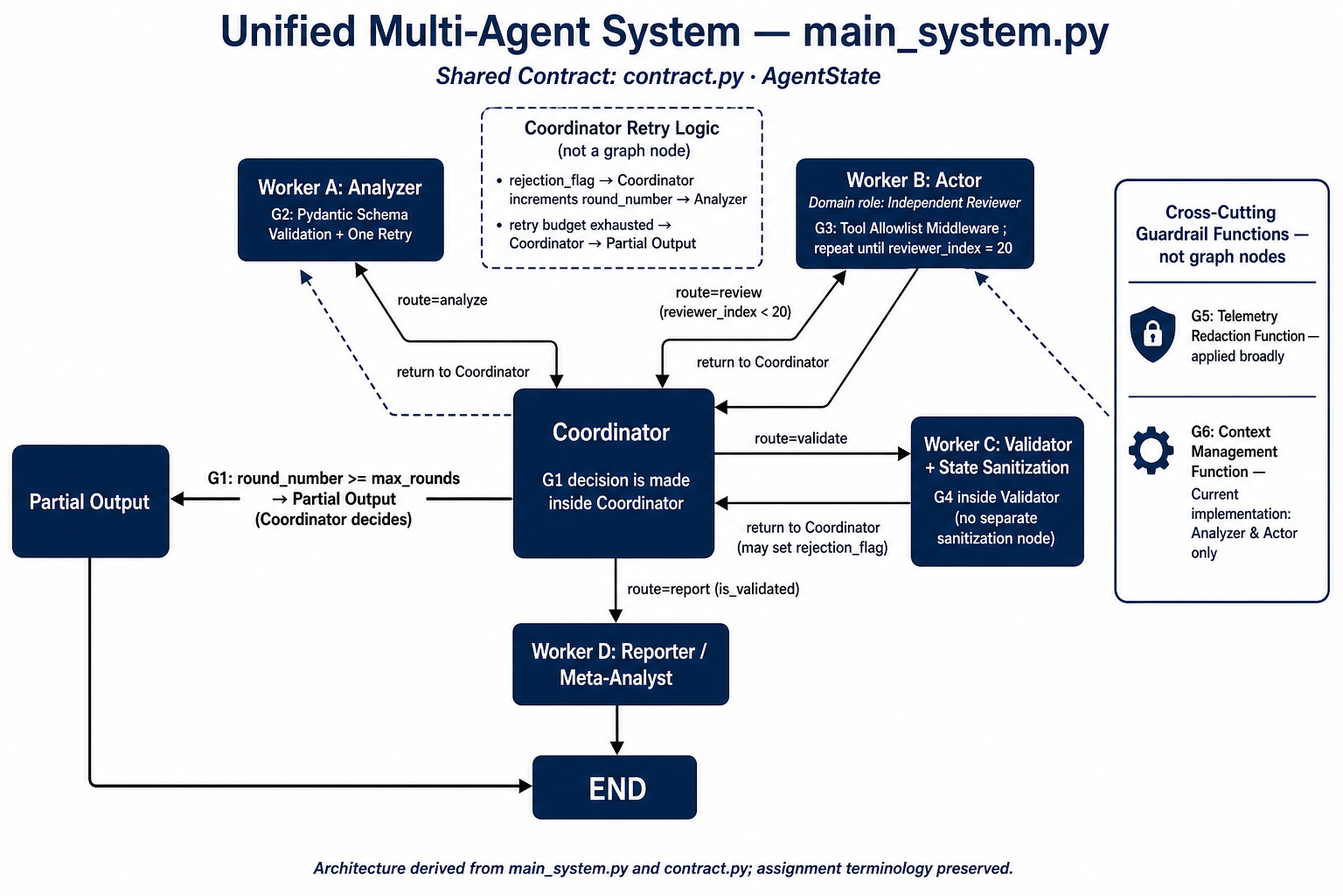
This is architecture_diagram.png from Audrey2023uh/group-7-orchestrator-academic-research-assistant, a Mermaid export, as it was before one commit. Its source is kept beside it as docs/architecture_diagram.mmd. Its diagram source:
```mermaid
flowchart TB
  subgraph UNIFIED["Unified Multi-Agent System - main_system.py"]
    direction TB

    subgraph GLOBAL["Global Cross-Cutting Guardrails"]
      direction LR
      PRIV["G5 Privacy Redaction - redact_for_telemetry"]
      CTX["G6 Context Token Management - manage_context"]
    end

    C["Central Coordinator - dynamic state routing"]

    C -->|"route=analyze missing analysis_payload"| A
    C -->|"route=review reviewer_index under 20"| B
    C -->|"route=validate reviews complete"| V
    C -->|"route=report is_validated"| R
    C -->|"G1 loop stop round_number at max_rounds"| P

    A["Worker A: Analyzer - G2 schema validate plus 1 correction retry"]
    B["Worker B: Actor Independent Reviewer - x20 isolated - G3 tool allowlist"]
    V["Worker C: Validator - G4 sanitization invariants"]
    R["Worker D: Reporter Meta-Analyst"]
    P["Partial Output Node - graceful max-round stop"]

    A -->|"return to coordinator plus redact plus manage_context"| C
    B -->|"return to coordinator plus redact plus manage_context"| C
    V -->|"accept to coordinator"| C
    V -->|"rejection_flag validation failure"| RB

    RB["Rollback Retry Path - round_number increment - re-route to Analyzer"]
    RB -->|"self-correction retry if under max_rounds"| C
    RB -->|"retry budget exhausted"| P

    R --> ENDN(["END"])
    P --> ENDN
  end

  SHARED["Shared Contract contract.py AgentState"]
  SHARED -.-> C
  GLOBAL -.-> A
  GLOBAL -.-> B
  GLOBAL -.-> V
  GLOBAL -.-> R
  GLOBAL -.-> C
```
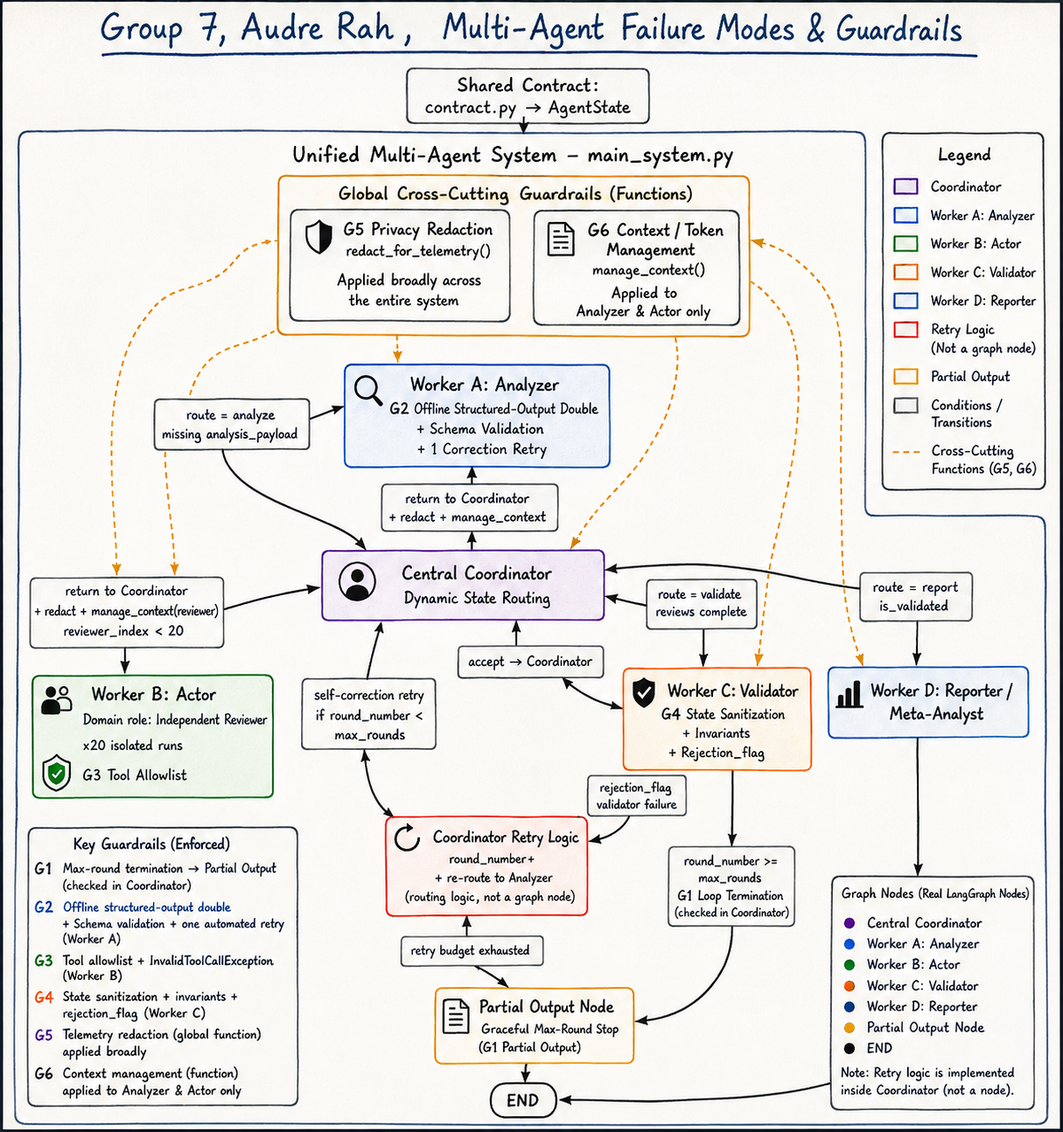
After the commit.

The edit, as a diff of the source:
```diff
@@ -1,41 +1,42 @@
 flowchart TB
-  subgraph UNIFIED["Unified Multi-Agent System - main_system.py"]
+  SHARED["Shared Contract: contract.py · AgentState"]
+
+  subgraph UNIFIED["Unified Multi-Agent System — main_system.py"]
     direction TB
 
     subgraph GLOBAL["Global Cross-Cutting Guardrails"]
       direction LR
-      PRIV["G5 Privacy Redaction - redact_for_telemetry"]
-      CTX["G6 Context Token Management - manage_context"]
+      PRIV["G5 Privacy Redaction<br/>redact_for_telemetry()"]
+      CTX["G6 Context / Token Management<br/>manage_context()"]
     end
 
-    C["Central Coordinator - dynamic state routing"]
+    C["0. Central Coordinator<br/>Dynamic State Routing"]
 
-    C -->|"route=analyze missing analysis_payload"| A
-    C -->|"route=review reviewer_index under 20"| B
-    C -->|"route=validate reviews complete"| V
-    C -->|"route=report is_validated"| R
-    C -->|"G1 loop stop round_number at max_rounds"| P
+    C -->|"route=analyze<br/>missing analysis_payload"| A
+    C -->|"route=review<br/>reviewer_index &lt; 20"| B
+    C -->|"route=validate<br/>reviews complete"| V
+    C -->|"route=report<br/>is_validated"| R
+    C -->|"round_number &gt;= max_rounds<br/>G1 loop termination"| P
 
-    A["Worker A: Analyzer - G2 schema validate plus 1 correction retry"]
-    B["Worker B: Actor Independent Reviewer - x20 isolated - G3 tool allowlist"]
-    V["Worker C: Validator - G4 sanitization invariants"]
-    R["Worker D: Reporter Meta-Analyst"]
-    P["Partial Output Node - graceful max-round stop"]
+    A["1. Worker A: Analyzer<br/>G2 Offline Structured-Output Double<br/>+ Schema Validation + 1 Correction Retry"]
+    B["2. Worker B: Actor<br/>Independent Reviewer ×20 isolated<br/>G3 Tool Allowlist"]
+    V["3. Worker C: Validator<br/>G4 State Sanitization + Invariants<br/>+ rejection_flag"]
+    R["4. Worker D: Reporter / Meta-Analyst"]
+    P["Partial Output Node<br/>Graceful Max-Round Stop G1"]
 
-    A -->|"return to coordinator plus redact plus manage_context"| C
-    B -->|"return to coordinator plus redact plus manage_context"| C
-    V -->|"accept to coordinator"| C
-    V -->|"rejection_flag validation failure"| RB
+    A -->|"return + redact + manage_context"| C
+    B -->|"return + redact + manage_context"| C
+    V -->|"accept → Coordinator"| C
+    V -->|"rejection_flag"| RB
 
-    RB["Rollback Retry Path - round_number increment - re-route to Analyzer"]
-    RB -->|"self-correction retry if under max_rounds"| C
+    RB["Loop / Self-Correction<br/>round_number++ · re-route to Analyzer<br/>routing logic inside Coordinator<br/>not a separate graph node"]
+    RB -->|"self-correction retry<br/>if round_number &lt; max_rounds"| C
     RB -->|"retry budget exhausted"| P
 
     R --> ENDN(["END"])
     P --> ENDN
   end
 
-  SHARED["Shared Contract contract.py AgentState"]
   SHARED -.-> C
   GLOBAL -.-> A
   GLOBAL -.-> B
```
